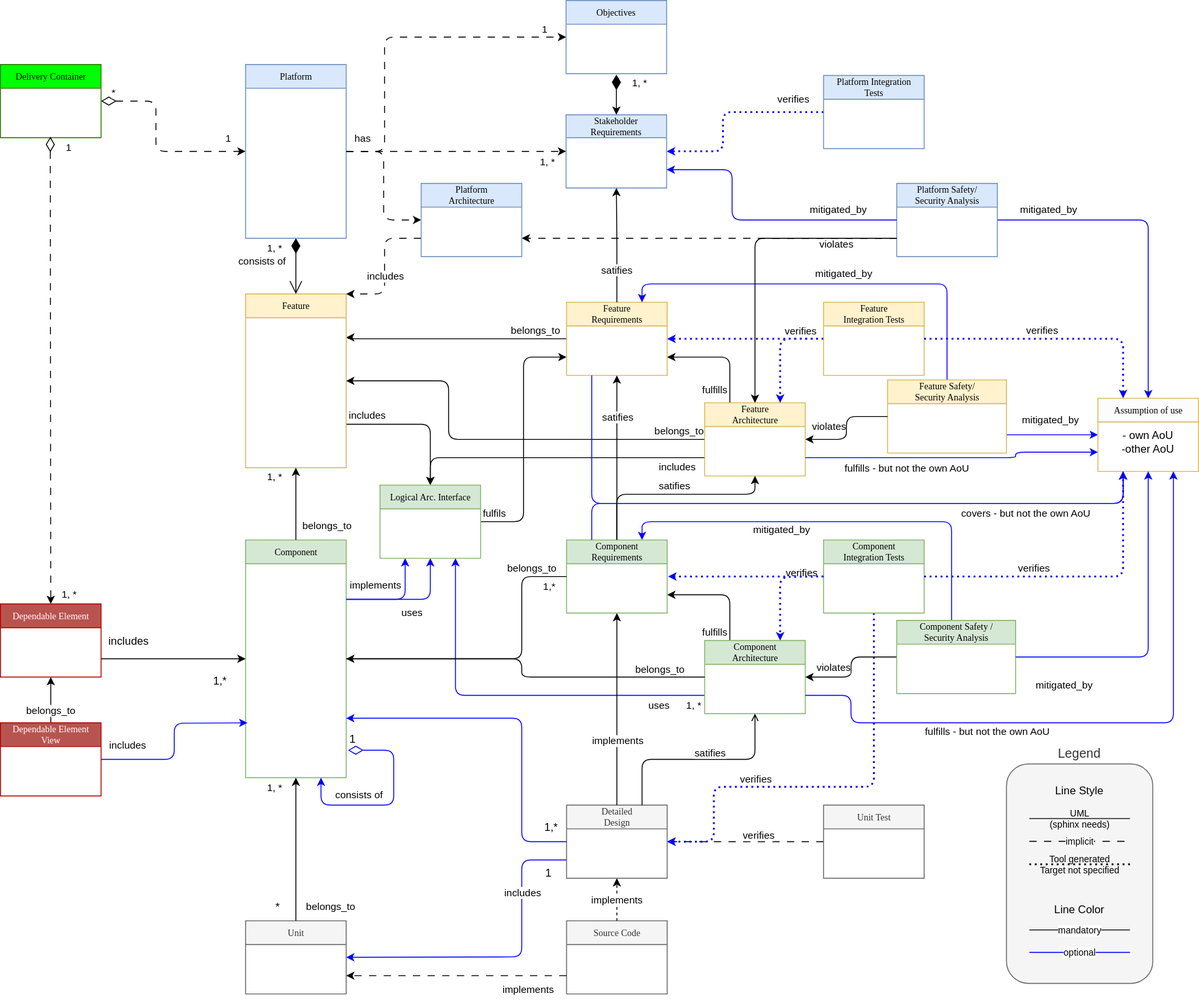
Before: main/_images/score_building_blocks_meta_model.drawio.svg, a diagram exported from draw.io (eclipse-score/process_description). Source tidied: cells renumbered, new cells last; positions are measured from the earlier drawing's top-left corner, leaving out a move shared by most shapes.
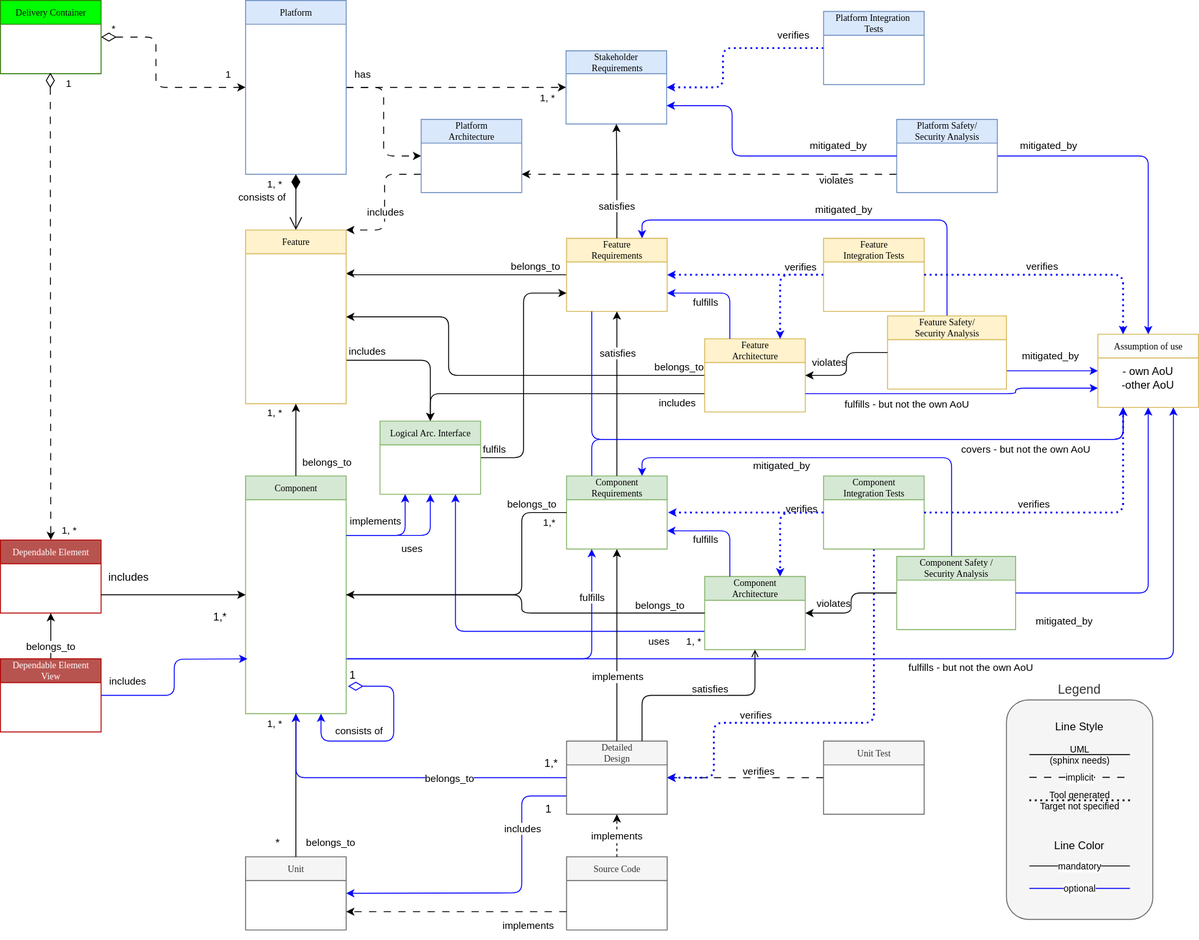
The same diagram one commit later.

The edit, as a diff of the source:
```diff
@@ -43,14 +43,6 @@
     <mxCell id="11" value="Feature&lt;br&gt;Requirements" style="swimlane;html=1;fontStyle=0;horizontal=1;startSize=26;fillColor=#fff2cc;swimlaneFillColor=#ffffff;rounded=0;shadow=0;comic=0;labelBackgroundColor=none;strokeWidth=1;fontFamily=Verdana;fontSize=10;align=center;strokeColor=#d6b656;" parent="1" vertex="1">
       <mxGeometry x="619" y="330" width="110" height="80" as="geometry" />
     </mxCell>
-    <mxCell id="12" style="edgeStyle=orthogonalEdgeStyle;rounded=1;jettySize=auto;html=1;exitX=0.25;exitY=0;exitDx=0;exitDy=0;entryX=1;entryY=0.75;entryDx=0;entryDy=0;endArrow=classic;endFill=1;curved=0;" parent="1" edge="1" source="17" target="11">
-      <mxGeometry x="0.64" y="10" relative="1" as="geometry" />
-    </mxCell>
-    <mxCell id="13" value="fulfills" style="edgeLabel;html=1;align=center;verticalAlign=middle;" parent="12" vertex="1">
-      <mxGeometry x="0.11" y="1" relative="1" as="geometry">
-        <mxPoint x="-1" y="34" as="offset" />
-      </mxGeometry>
-    </mxCell>
     <mxCell id="14" value="includes" style="edgeStyle=orthogonalEdgeStyle;html=1;exitX=0;exitY=0.75;exitDx=0;exitDy=0;entryX=0.5;entryY=0;entryDx=0;entryDy=0;" parent="1" edge="1" source="17" target="109">
       <mxGeometry x="-0.82" y="10" relative="1" as="geometry" />
     </mxCell>
@@ -70,19 +62,6 @@
     <mxCell id="17" value="Feature&lt;br&gt;Architecture" style="swimlane;html=1;fontStyle=0;horizontal=1;startSize=26;fillColor=#fff2cc;swimlaneFillColor=#ffffff;rounded=0;shadow=0;comic=0;labelBackgroundColor=none;strokeWidth=1;fontFamily=Verdana;fontSize=10;align=center;strokeColor=#d6b656;" parent="1" vertex="1">
       <mxGeometry x="770" y="440" width="110" height="80" as="geometry" />
     </mxCell>
-    <mxCell id="18" style="edgeStyle=orthogonalEdgeStyle;rounded=1;jettySize=auto;html=1;entryX=0.5;entryY=1;entryDx=0;entryDy=0;endArrow=classic;endFill=1;exitX=0.5;exitY=0;exitDx=0;exitDy=0;curved=0;" parent="1" edge="1" source="20" target="17">
-      <mxGeometry relative="1" as="geometry">
-        <Array as="points">
-          <mxPoint x="674" y="540" />
-          <mxPoint x="825" y="540" />
-        </Array>
-      </mxGeometry>
-    </mxCell>
-    <mxCell id="19" value="satifies" style="edgeLabel;html=1;align=center;verticalAlign=middle;" parent="18" vertex="1">
-      <mxGeometry x="0.06" y="6" relative="1" as="geometry">
-        <mxPoint x="-5" y="-4" as="offset" />
-      </mxGeometry>
-    </mxCell>
     <mxCell id="20" value="Component&lt;br&gt;Requirements" style="swimlane;html=1;fontStyle=0;horizontal=1;startSize=26;fillColor=#d5e8d4;swimlaneFillColor=#ffffff;rounded=0;shadow=0;comic=0;labelBackgroundColor=none;strokeWidth=1;fontFamily=Verdana;fontSize=10;align=center;strokeColor=#82b366;" parent="1" vertex="1">
       <mxGeometry x="619" y="590" width="110" height="80" as="geometry" />
     </mxCell>
@@ -176,41 +155,6 @@
         <mxPoint x="-91" y="-159" as="offset" />
       </mxGeometry>
     </mxCell>
-    <mxCell id="42" value="Objectives" style="swimlane;html=1;fontStyle=0;horizontal=1;startSize=26;fillColor=#dae8fc;swimlaneFillColor=#ffffff;rounded=0;shadow=0;comic=0;labelBackgroundColor=none;strokeWidth=1;fontFamily=Verdana;fontSize=10;align=center;strokeColor=#6c8ebf;" parent="1" vertex="1">
-      <mxGeometry x="618.5" width="110" height="80" as="geometry" />
-    </mxCell>
-    <mxCell id="43" style="edgeStyle=orthogonalEdgeStyle;rounded=1;jettySize=auto;html=1;entryX=0;entryY=0.5;entryDx=0;entryDy=0;exitX=1;exitY=0.5;exitDx=0;exitDy=0;curved=0;dashed=1;dashPattern=8 8;" parent="1" edge="1" source="37" target="42">
-      <mxGeometry relative="1" as="geometry">
-        <Array as="points">
-          <mxPoint x="420" y="165" />
-          <mxPoint x="420" y="40" />
-        </Array>
-      </mxGeometry>
-    </mxCell>
-    <mxCell id="44" value="1" style="edgeLabel;html=1;align=center;verticalAlign=bottom;" parent="43" vertex="1">
-      <mxGeometry x="0.87" relative="1" as="geometry" />
-    </mxCell>
-    <mxCell id="45" value="1, *" style="endArrow=classic;html=1;endSize=6;startArrow=diamondThin;startSize=14;startFill=1;edgeStyle=orthogonalEdgeStyle;align=left;verticalAlign=bottom;rounded=0;entryX=0.5;entryY=0;entryDx=0;entryDy=0;endFill=1;" parent="1" edge="1" target="31">
-      <mxGeometry x="-0.2" y="16" relative="1" as="geometry">
-        <mxPoint x="673.5" y="81" as="sourcePoint" />
-        <Array as="points">
-          <mxPoint x="674" y="106" />
-          <mxPoint x="673" y="125" />
-        </Array>
-      </mxGeometry>
-    </mxCell>
-    <mxCell id="46" style="edgeStyle=orthogonalEdgeStyle;rounded=1;jettySize=auto;html=1;entryX=1;entryY=0.75;entryDx=0;entryDy=0;endArrow=classic;endFill=1;exitX=0.25;exitY=0;exitDx=0;exitDy=0;curved=0;strokeColor=#000000;" parent="1" edge="1" source="49" target="20">
-      <mxGeometry relative="1" as="geometry">
-        <Array as="points">
-          <mxPoint x="797" y="650" />
-        </Array>
-      </mxGeometry>
-    </mxCell>
-    <mxCell id="47" value="fulfills" style="edgeLabel;html=1;align=center;verticalAlign=middle;" parent="46" vertex="1">
-      <mxGeometry x="0.06" y="6" relative="1" as="geometry">
-        <mxPoint x="-4" y="34" as="offset" />
-      </mxGeometry>
-    </mxCell>
     <mxCell id="48" value="uses" style="edgeStyle=orthogonalEdgeStyle;html=1;exitX=0;exitY=0.75;exitDx=0;exitDy=0;entryX=0.75;entryY=1;entryDx=0;entryDy=0;strokeColor=#0000FF;verticalAlign=top;spacing=0;" parent="1" edge="1" source="49" target="109">
       <mxGeometry x="-0.76" relative="1" as="geometry" />
     </mxCell>
@@ -223,7 +167,7 @@
         <mxPoint x="674" y="410" as="targetPoint" />
       </mxGeometry>
     </mxCell>
-    <mxCell id="51" value="satifies" style="edgeLabel;html=1;align=center;verticalAlign=middle;" parent="50" vertex="1">
+    <mxCell id="51" value="satisfies" style="edgeLabel;html=1;align=center;verticalAlign=middle;" parent="50" vertex="1">
       <mxGeometry x="0.06" y="6" relative="1" as="geometry">
         <mxPoint x="6" y="-40" as="offset" />
       </mxGeometry>
@@ -244,18 +188,20 @@
     <mxCell id="54" value="Detailed&lt;br&gt;Design" style="swimlane;html=1;fontStyle=0;horizontal=1;startSize=26;fillColor=#f5f5f5;swimlaneFillColor=#ffffff;rounded=0;shadow=0;comic=0;labelBackgroundColor=none;strokeWidth=1;fontFamily=Verdana;fontSize=10;align=center;fontColor=#333333;strokeColor=#666666;" parent="1" vertex="1">
       <mxGeometry x="619" y="880" width="110" height="80" as="geometry" />
     </mxCell>
-    <mxCell id="55" style="edgeStyle=orthogonalEdgeStyle;rounded=1;jettySize=auto;html=1;entryX=0;entryY=0.5;entryDx=0;entryDy=0;verticalAlign=bottom;curved=0;exitX=1;exitY=0.75;exitDx=0;exitDy=0;endArrow=none;endFill=0;startArrow=classic;startFill=1;strokeColor=#0000FF;" parent="1" edge="1" source="9" target="54">
+    <mxCell id="55" style="edgeStyle=orthogonalEdgeStyle;rounded=1;jettySize=auto;html=1;entryX=0;entryY=0.5;entryDx=0;entryDy=0;verticalAlign=bottom;curved=0;exitX=0.5;exitY=1;exitDx=0;exitDy=0;endArrow=none;endFill=0;startArrow=classic;startFill=1;strokeColor=#0000FF;" parent="1" edge="1" source="9" target="54">
       <mxGeometry x="-0.88" relative="1" as="geometry">
         <Array as="points">
-          <mxPoint x="570" y="785" />
-          <mxPoint x="570" y="920" />
+          <mxPoint x="323" y="920" />
         </Array>
       </mxGeometry>
     </mxCell>
+    <mxCell id="145" value="belongs_to" style="edgeLabel;html=1;align=center;verticalAlign=middle;" parent="55" vertex="1">
+      <mxGeometry x="0.3" relative="1" as="geometry" />
+    </mxCell>
     <mxCell id="56" style="edgeStyle=orthogonalEdgeStyle;rounded=1;jettySize=auto;html=1;entryX=0.5;entryY=1;entryDx=0;entryDy=0;endArrow=open;endFill=0;exitX=0.75;exitY=0;exitDx=0;exitDy=0;curved=0;" parent="1" edge="1" source="54" target="49">
       <mxGeometry relative="1" as="geometry" />
     </mxCell>
-    <mxCell id="57" value="satifies" style="edgeLabel;html=1;align=center;verticalAlign=middle;" parent="56" vertex="1">
+    <mxCell id="57" value="satisfies" style="edgeLabel;html=1;align=center;verticalAlign=middle;" parent="56" vertex="1">
       <mxGeometry x="0.06" y="6" relative="1" as="geometry">
         <mxPoint x="6" y="-2" as="offset" />
       </mxGeometry>
@@ -491,13 +437,6 @@
         <mxPoint x="55" y="-142" as="offset" />
       </mxGeometry>
     </mxCell>
-    <mxCell id="106" style="edgeStyle=orthogonalEdgeStyle;rounded=1;jettySize=auto;html=1;entryX=0.5;entryY=0;entryDx=0;entryDy=0;exitX=0;exitY=0.75;exitDx=0;exitDy=0;curved=0;" parent="1" edge="1" source="103" target="17">
-      <mxGeometry relative="1" as="geometry">
-        <Array as="points">
-          <mxPoint x="825" y="260" />
-        </Array>
-      </mxGeometry>
-    </mxCell>
     <mxCell id="107" value="violates" style="edgeLabel;html=1;align=center;verticalAlign=middle;labelBackgroundColor=none;" parent="1" vertex="1">
       <mxGeometry x="950" y="510" as="geometry">
         <mxPoint x="-37" y="-244" as="offset" />
@@ -603,18 +542,18 @@
         <mxPoint x="-98" y="10" as="offset" />
       </mxGeometry>
     </mxCell>
-    <mxCell id="128" style="edgeStyle=orthogonalEdgeStyle;rounded=1;jettySize=auto;html=1;exitX=0.75;exitY=1;exitDx=0;exitDy=0;strokeColor=#0000ff;startArrow=classic;startFill=1;endArrow=none;endFill=0;entryX=1;entryY=0.75;entryDx=0;entryDy=0;" parent="1" edge="1" source="71" target="49">
+    <mxCell id="128" style="edgeStyle=orthogonalEdgeStyle;rounded=1;jettySize=auto;html=1;exitX=0.75;exitY=1;exitDx=0;exitDy=0;strokeColor=#0000ff;startArrow=classic;startFill=1;endArrow=none;endFill=0;" parent="1" edge="1" source="71">
       <mxGeometry relative="1" as="geometry">
+        <mxPoint x="378" y="790" as="targetPoint" />
         <Array as="points">
           <mxPoint x="1283" y="790" />
-          <mxPoint x="930" y="790" />
-          <mxPoint x="930" y="760" />
+          <mxPoint x="378" y="790" />
         </Array>
       </mxGeometry>
     </mxCell>
     <mxCell id="129" value="fulfills - but not the own AoU" style="edgeLabel;html=1;align=center;verticalAlign=middle;" parent="128" vertex="1">
       <mxGeometry x="0.35" y="-2" relative="1" as="geometry">
-        <mxPoint y="11" as="offset" />
+        <mxPoint x="302" y="11" as="offset" />
       </mxGeometry>
     </mxCell>
     <mxCell id="130" style="edgeStyle=orthogonalEdgeStyle;rounded=1;jettySize=auto;html=1;entryX=0.25;entryY=0;entryDx=0;entryDy=0;dashed=1;curved=0;strokeColor=#0000FF;dashPattern=1 2;strokeWidth=2;endSize=3;exitX=1;exitY=0.5;exitDx=0;exitDy=0;" parent="1" edge="1" source="77" target="71">
@@ -672,7 +611,7 @@
     <mxCell id="141" style="edgeStyle=orthogonalEdgeStyle;rounded=0;jettySize=auto;html=1;exitX=0.5;exitY=0;exitDx=0;exitDy=0;endArrow=classic;endFill=1;entryX=0.5;entryY=1;entryDx=0;entryDy=0;" parent="1" edge="1" source="11" target="31">
       <mxGeometry relative="1" as="geometry" />
     </mxCell>
-    <mxCell id="142" value="satifies" style="edgeLabel;html=1;align=center;verticalAlign=middle;" parent="141" vertex="1">
+    <mxCell id="142" value="satisfies" style="edgeLabel;html=1;align=center;verticalAlign=middle;" parent="141" vertex="1">
       <mxGeometry x="0.11" y="1" relative="1" as="geometry">
         <mxPoint x="1" y="34" as="offset" />
       </mxGeometry>
@@ -685,5 +624,30 @@
         <mxPoint x="35" y="2" as="offset" />
       </mxGeometry>
     </mxCell>
+    <mxCell id="146" style="edgeStyle=orthogonalEdgeStyle;rounded=1;jettySize=auto;html=1;exitX=0.25;exitY=1;exitDx=0;exitDy=0;strokeColor=#0000ff;startArrow=classic;startFill=1;endArrow=none;endFill=0;" parent="1" edge="1" source="20">
+      <mxGeometry relative="1" as="geometry">
+        <mxPoint x="380" y="790" as="targetPoint" />
+        <Array as="points">
+          <mxPoint x="647" y="790" />
+        </Array>
+      </mxGeometry>
+    </mxCell>
+    <mxCell id="147" value="fulfills" style="edgeLabel;html=1;align=center;verticalAlign=middle;" parent="146" vertex="1">
+      <mxGeometry x="-0.73" relative="1" as="geometry" />
+    </mxCell>
+    <mxCell id="12" value="fulfills" style="edgeStyle=orthogonalEdgeStyle;html=1;exitX=0.25;exitY=0;exitDx=0;exitDy=0;entryX=1;entryY=0.75;entryDx=0;entryDy=0;labelBackgroundColor=none;strokeColor=#0000FF;" parent="1" edge="1" source="17" target="11">
+      <mxGeometry x="0.31" y="10" relative="1" as="geometry">
+        <Array as="points">
+          <mxPoint x="798" y="390" />
+        </Array>
+      </mxGeometry>
+    </mxCell>
+    <mxCell id="46" value="fulfills" style="edgeStyle=orthogonalEdgeStyle;html=1;exitX=0.25;exitY=0;exitDx=0;exitDy=0;labelBackgroundColor=none;strokeColor=#0000FF;entryX=1;entryY=0.75;entryDx=0;entryDy=0;" parent="1" edge="1" source="49" target="20">
+      <mxGeometry x="0.31" y="10" relative="1" as="geometry">
+        <Array as="points">
+          <mxPoint x="798" y="650" />
+        </Array>
+      </mxGeometry>
+    </mxCell>
   </root>
 </mxGraphModel>
```
